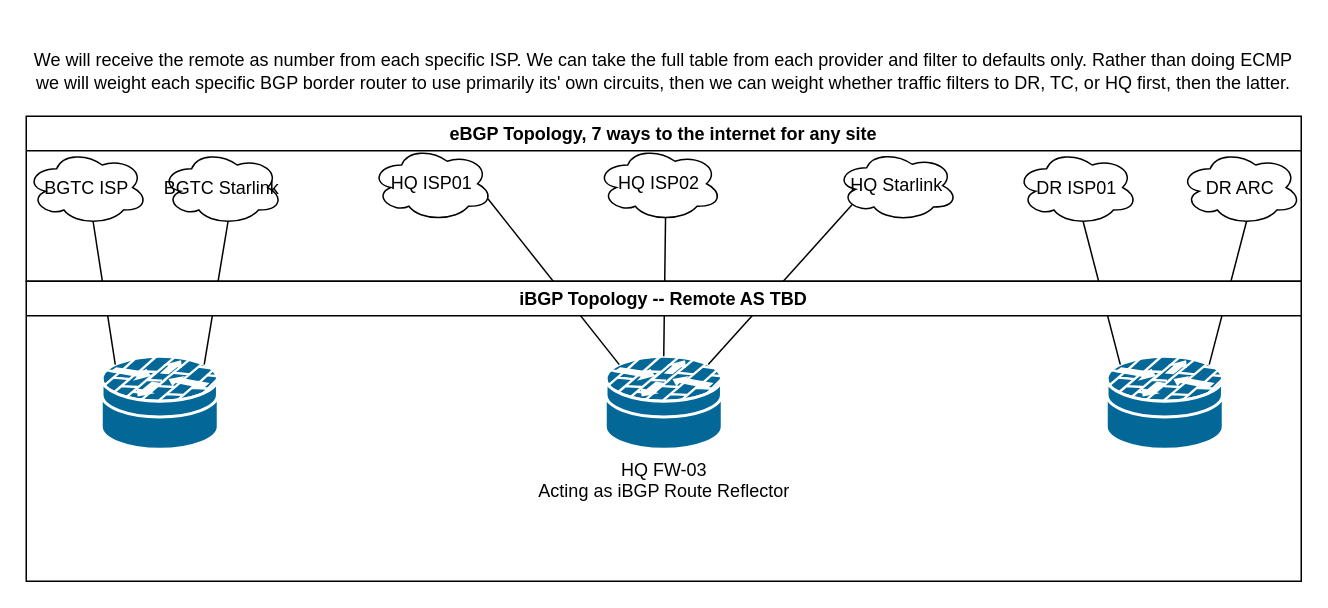
Above: page "BGP Topo" (2 of 2) of Future_Network.drawio in adamrt918/Diagram (draw.io), before the change. Source tidied: cells renumbered, new cells numbered last; positions are measured from the earlier drawing's top-left corner, leaving out a move shared by most shapes. Both pictures are drawn from the tidied source at 150%, with x=0, y=0 at pixel (26, 26).
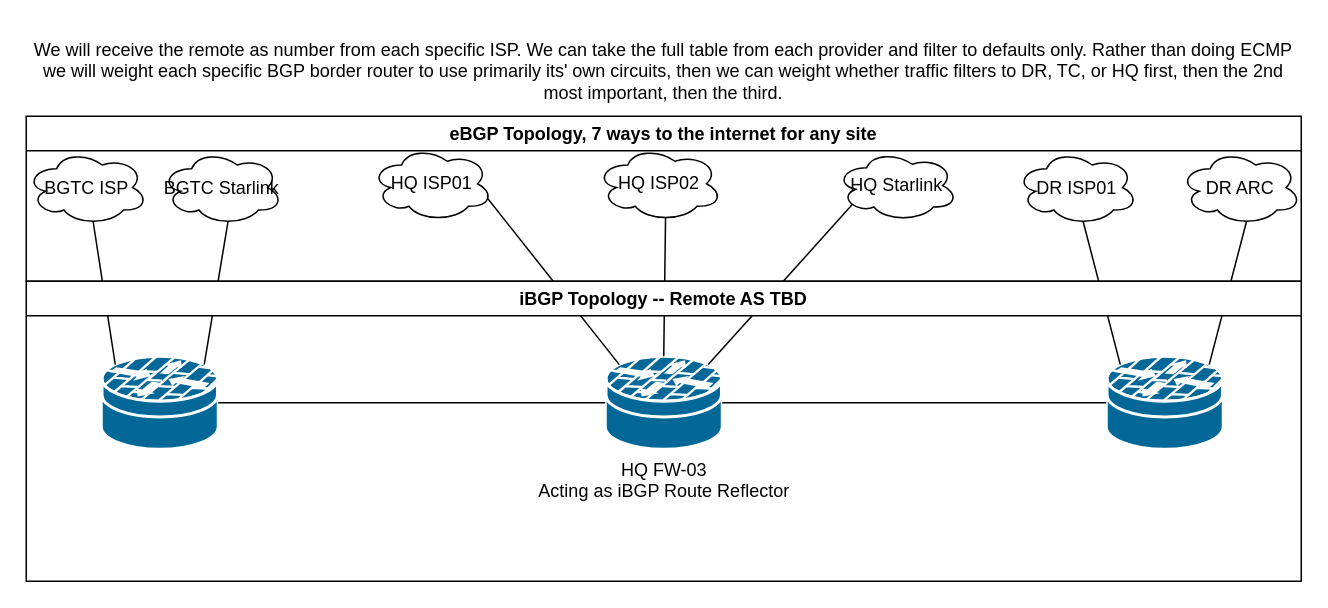
The same diagram, later.

Unchanged cells that the change refers to:
```xml
<mxCell id="10" value="HQ FW-03&lt;div&gt;Acting as iBGP Route Reflector&lt;/div&gt;" style="shape=mxgraph.cisco.security.router_firewall;sketch=0;html=1;dashed=0;fillColor=#036897;strokeColor=#ffffff;strokeWidth=2;verticalLabelPosition=bottom;verticalAlign=top;align=center;outlineConnect=0;" parent="1" vertex="1">
  <mxGeometry x="386" y="220" width="78" height="62" as="geometry" />
</mxCell>
<mxCell id="14" style="shape=mxgraph.cisco.security.router_firewall;sketch=0;html=1;dashed=0;fillColor=#036897;strokeColor=#ffffff;strokeWidth=2;verticalLabelPosition=bottom;verticalAlign=top;align=center;outlineConnect=0;" parent="1" vertex="1">
  <mxGeometry x="50" y="220" width="78" height="62" as="geometry" />
</mxCell>
<mxCell id="17" style="shape=mxgraph.cisco.security.router_firewall;sketch=0;html=1;dashed=0;fillColor=#036897;strokeColor=#ffffff;strokeWidth=2;verticalLabelPosition=bottom;verticalAlign=top;align=center;outlineConnect=0;" parent="1" vertex="1">
  <mxGeometry x="720" y="220" width="78" height="62" as="geometry" />
</mxCell>
```

Diff of the diagram source:
```diff
@@
-    <mxCell id="20" value="We will receive the remote as number from each specific ISP. We can take the full table from each provider and filter to defaults only. Rather than doing ECMP we will weight each specific BGP border router to use primarily its' own circuits, then we can weight whether traffic filters to DR, TC, or HQ first, then the latter." style="text;html=1;align=center;verticalAlign=middle;whiteSpace=wrap;rounded=0;" parent="1" vertex="1">
+    <mxCell id="20" value="We will receive the remote as number from each specific ISP. We can take the full table from each provider and filter to defaults only. Rather than doing ECMP we will weight each specific BGP border router to use primarily its' own circuits, then we can weight whether traffic filters to DR, TC, or HQ first, then the 2nd most important, then the third." style="text;html=1;align=center;verticalAlign=middle;whiteSpace=wrap;rounded=0;" parent="1" vertex="1">
       <mxGeometry width="850" height="60" as="geometry" />
     </mxCell>
@@
+    <mxCell id="22" style="endArrow=none;html=1;rounded=0;exitX=1;exitY=0.5;exitDx=0;exitDy=0;exitPerimeter=0;entryX=0;entryY=0.5;entryDx=0;entryDy=0;entryPerimeter=0;" parent="1" edge="1" source="14" target="10">
+      <mxGeometry relative="1" as="geometry" />
+    </mxCell>
+    <mxCell id="23" style="endArrow=none;html=1;rounded=0;entryX=0;entryY=0.5;entryDx=0;entryDy=0;entryPerimeter=0;exitX=1;exitY=0.5;exitDx=0;exitDy=0;exitPerimeter=0;" parent="1" edge="1" source="10" target="17">
+      <mxGeometry relative="1" as="geometry" />
+    </mxCell>
```
